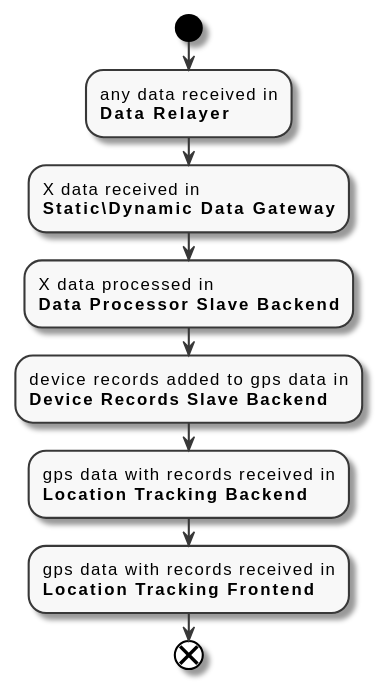
Before: docs/diagrams/data-flow.svg, a diagram exported from PlantUML (FilipeMCruz/sensae-console). The source it was exported from:
```plantuml
@startuml data-flow

skinparam Monochrome true

start
:any data received in\n**Data Relayer**;
:X data received in\n**Static\Dynamic Data Gateway**;
:X data processed in\n**Data Processor Slave Backend**;
:device records added to gps data in\n**Device Records Slave Backend**;
:gps data with records received in\n**Location Tracking Backend**;
:gps data with records received in\n**Location Tracking Frontend**;
end

@enduml
```
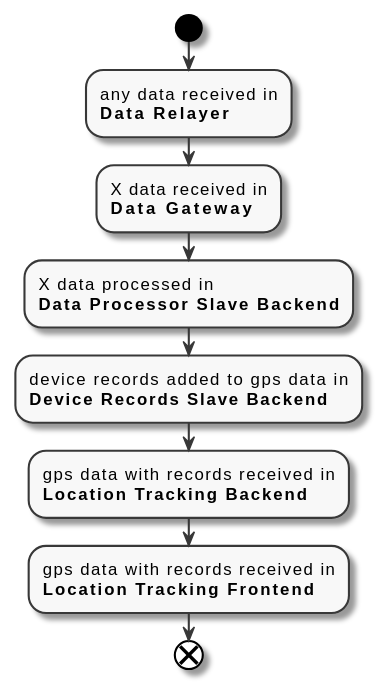
Above is the later version.

Change to the diagram source:
```diff
@@ -4,7 +4,7 @@
 
 start
 :any data received in\n**Data Relayer**;
-:X data received in\n**Static\Dynamic Data Gateway**;
+:X data received in\n**Data Gateway**;
 :X data processed in\n**Data Processor Slave Backend**;
 :device records added to gps data in\n**Device Records Slave Backend**;
 :gps data with records received in\n**Location Tracking Backend**;
```
